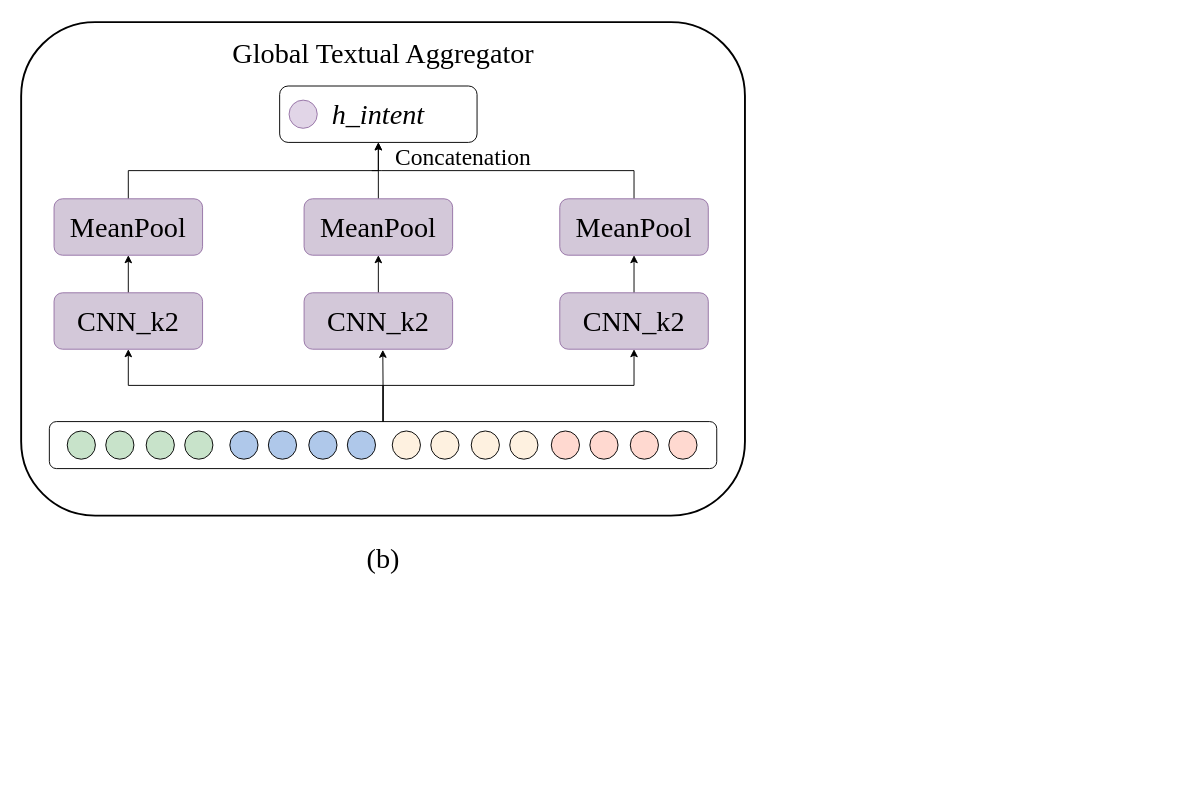
Earlier version of the draw.io diagram chinese_NLU/Global_Textual_Aggregator.drawio (lengyueit/paper_pic). Source tidied: cells renumbered, new cells numbered last; positions are measured from the earlier drawing's top-left corner, leaving out a move shared by most shapes. Both pictures are drawn from the tidied source at 94%, with x=0, y=0 at pixel (21, 22).
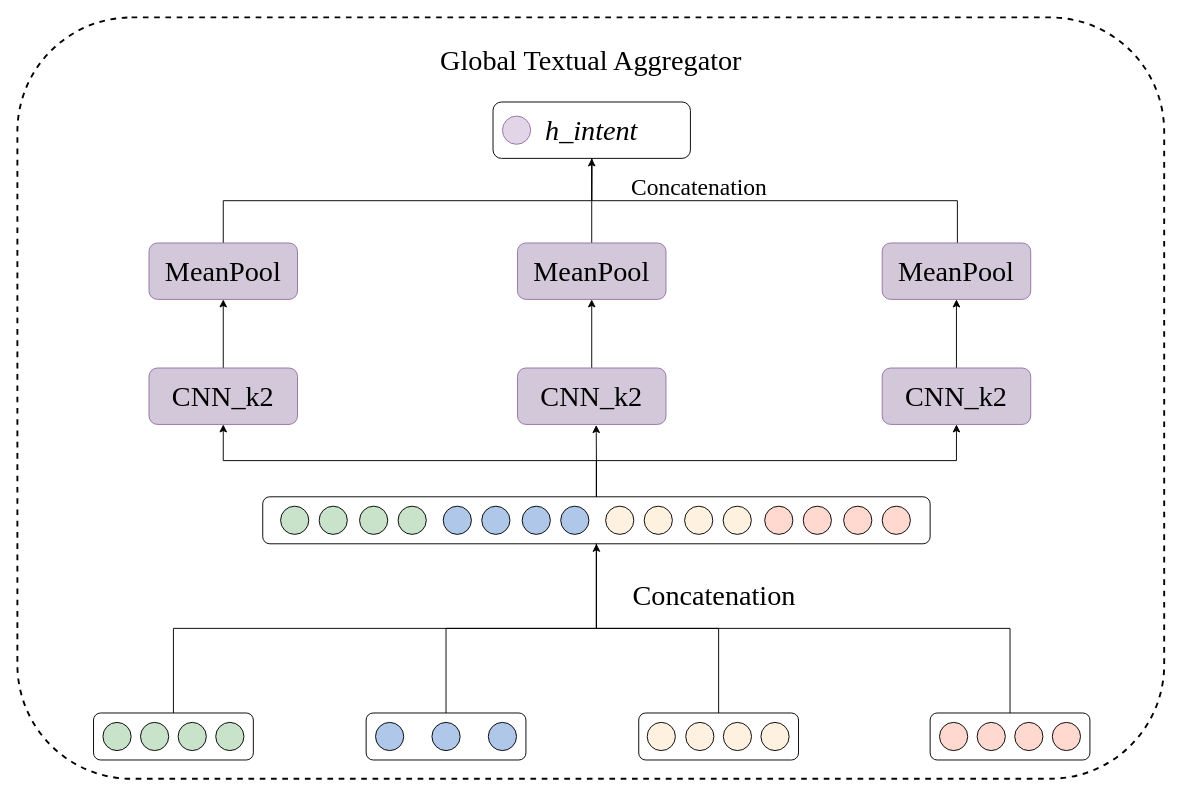
The same page after the edit.

Unchanged cells that the change refers to:
```xml
<mxCell id="4" style="rounded=1;whiteSpace=wrap;html=1;" parent="3" vertex="1">
  <mxGeometry width="710" height="50" as="geometry" />
</mxCell>
```

The edit, as a diff of the source:
```diff
@@
-    <mxCell id="2" style="rounded=1;whiteSpace=wrap;html=1;strokeWidth=2;" parent="1" vertex="1">
-      <mxGeometry width="770" height="525" as="geometry" />
+    <mxCell id="2" style="rounded=1;whiteSpace=wrap;html=1;strokeWidth=2;dashed=1;" parent="1" vertex="1">
+      <mxGeometry x="-4" y="-5" width="1220" height="810" as="geometry" />
     </mxCell>
     <mxCell id="3" style="group;" parent="1" vertex="1">
-      <mxGeometry x="30" y="425" width="710" height="50" as="geometry" />
+      <mxGeometry x="257" y="505" width="710" height="50" as="geometry" />
     </mxCell>
@@
     <mxCell id="22" value="&lt;font style=&quot;font-size: 30px;&quot; face=&quot;Times New Roman&quot;&gt;CNN_k2&lt;/font&gt;" style="rounded=1;whiteSpace=wrap;html=1;fillColor=#D3C8D9;strokeColor=#9673a6;" parent="1" vertex="1">
-      <mxGeometry x="35" y="288" width="158" height="60" as="geometry" />
+      <mxGeometry x="136" y="368" width="158" height="60" as="geometry" />
     </mxCell>
@@
     <mxCell id="24" value="&lt;font style=&quot;font-size: 30px;&quot; face=&quot;Times New Roman&quot;&gt;MeanPool&lt;/font&gt;" style="rounded=1;whiteSpace=wrap;html=1;fillColor=#D3C8D9;strokeColor=#9673a6;" parent="1" vertex="1">
-      <mxGeometry x="35" y="188" width="158" height="60" as="geometry" />
+      <mxGeometry x="136" y="235" width="158" height="60" as="geometry" />
     </mxCell>
     <mxCell id="25" value="&lt;font style=&quot;font-size: 30px;&quot; face=&quot;Times New Roman&quot;&gt;Global Textual Aggregator&lt;/font&gt;" style="text;html=1;align=center;verticalAlign=middle;strokeColor=none;fillColor=none;" parent="1" vertex="1">
-      <mxGeometry x="215" y="8" width="340" height="50" as="geometry" />
+      <mxGeometry x="436" y="15" width="340" height="50" as="geometry" />
     </mxCell>
-    <mxCell id="26" value="&lt;font face=&quot;Times New Roman&quot;&gt;&lt;span style=&quot;font-size: 30px;&quot;&gt;(b)&lt;/span&gt;&lt;/font&gt;" style="text;html=1;align=center;verticalAlign=middle;strokeColor=none;fillColor=none;" parent="1" vertex="1">
-      <mxGeometry x="355" y="545" width="60" height="50" as="geometry" />
-    </mxCell>
     <mxCell id="27" style="group;" parent="1" vertex="1">
-      <mxGeometry x="275" y="68" width="210" height="60" as="geometry" />
+      <mxGeometry x="502" y="85" width="210" height="60" as="geometry" />
     </mxCell>
@@
     <mxCell id="31" value="&lt;font style=&quot;font-size: 30px;&quot; face=&quot;Times New Roman&quot;&gt;CNN_k2&lt;/font&gt;" style="rounded=1;whiteSpace=wrap;html=1;fillColor=#D3C8D9;strokeColor=#9673a6;" parent="1" vertex="1">
-      <mxGeometry x="301" y="288" width="158" height="60" as="geometry" />
+      <mxGeometry x="528" y="368" width="158" height="60" as="geometry" />
     </mxCell>
@@
     <mxCell id="33" value="&lt;font style=&quot;font-size: 30px;&quot; face=&quot;Times New Roman&quot;&gt;CNN_k2&lt;/font&gt;" style="rounded=1;whiteSpace=wrap;html=1;fillColor=#D3C8D9;strokeColor=#9673a6;" parent="1" vertex="1">
-      <mxGeometry x="573" y="288" width="158" height="60" as="geometry" />
+      <mxGeometry x="916" y="368" width="158" height="60" as="geometry" />
     </mxCell>
-    <mxCell id="34" style="edgeStyle=orthogonalEdgeStyle;rounded=0;jettySize=auto;html=1;exitX=0.5;exitY=0;exitDx=0;exitDy=0;" parent="1" edge="1" source="35">
-      <mxGeometry relative="1" as="geometry">
-        <mxPoint x="380" y="128" as="targetPoint" />
-      </mxGeometry>
-    </mxCell>
+    <mxCell id="42" style="edgeStyle=orthogonalEdgeStyle;rounded=0;jettySize=auto;html=1;exitX=0.5;exitY=0;exitDx=0;exitDy=0;endArrow=none;endFill=0;" parent="1" edge="1" source="35">
+      <mxGeometry relative="1" as="geometry">
+        <mxPoint x="607.2" y="145" as="targetPoint" />
+      </mxGeometry>
+    </mxCell>
     <mxCell id="35" value="&lt;font style=&quot;font-size: 30px;&quot; face=&quot;Times New Roman&quot;&gt;MeanPool&lt;/font&gt;" style="rounded=1;whiteSpace=wrap;html=1;fillColor=#D3C8D9;strokeColor=#9673a6;" parent="1" vertex="1">
-      <mxGeometry x="301" y="188" width="158" height="60" as="geometry" />
+      <mxGeometry x="528" y="235" width="158" height="60" as="geometry" />
     </mxCell>
-    <mxCell id="36" style="edgeStyle=orthogonalEdgeStyle;rounded=0;jettySize=auto;html=1;exitX=0.5;exitY=0;exitDx=0;exitDy=0;endArrow=none;endFill=0;" parent="1" edge="1" source="37">
-      <mxGeometry relative="1" as="geometry">
-        <mxPoint x="373" y="158" as="targetPoint" />
-        <Array as="points">
-          <mxPoint x="652" y="158" />
-          <mxPoint x="383" y="158" />
-        </Array>
-      </mxGeometry>
-    </mxCell>
+    <mxCell id="43" style="edgeStyle=orthogonalEdgeStyle;rounded=0;orthogonalLoop=1;jettySize=auto;html=1;exitX=0.5;exitY=0;exitDx=0;exitDy=0;endArrow=none;endFill=0;" parent="1" edge="1">
+      <mxGeometry relative="1" as="geometry">
+        <mxPoint x="996" y="235" as="sourcePoint" />
+        <mxPoint x="607" y="145" as="targetPoint" />
+        <Array as="points">
+          <mxPoint x="996" y="190" />
+          <mxPoint x="607" y="190" />
+        </Array>
+      </mxGeometry>
+    </mxCell>
     <mxCell id="37" value="&lt;font style=&quot;font-size: 30px;&quot; face=&quot;Times New Roman&quot;&gt;MeanPool&lt;/font&gt;" style="rounded=1;whiteSpace=wrap;html=1;fillColor=#D3C8D9;strokeColor=#9673a6;" parent="1" vertex="1">
-      <mxGeometry x="573" y="188" width="158" height="60" as="geometry" />
+      <mxGeometry x="916" y="235" width="158" height="60" as="geometry" />
     </mxCell>
@@
     <mxCell id="41" value="&lt;span style=&quot;background-color: initial;&quot;&gt;&lt;font face=&quot;Times New Roman&quot; style=&quot;font-size: 25px;&quot;&gt;Concatenation&lt;/font&gt;&lt;/span&gt;" style="text;html=1;align=center;verticalAlign=middle;strokeColor=none;fillColor=none;" parent="1" vertex="1">
-      <mxGeometry x="385" y="124" width="170" height="40" as="geometry" />
+      <mxGeometry x="636" y="155" width="170" height="40" as="geometry" />
     </mxCell>
+    <mxCell id="44" style="edgeStyle=orthogonalEdgeStyle;rounded=0;jettySize=auto;html=1;exitX=0.5;exitY=0;exitDx=0;exitDy=0;entryX=0.5;entryY=1;entryDx=0;entryDy=0;endArrow=none;endFill=0;" parent="1" edge="1" source="45" target="4">
+      <mxGeometry relative="1" as="geometry" />
+    </mxCell>
+    <mxCell id="45" style="rounded=1;whiteSpace=wrap;html=1;" parent="1" vertex="1">
+      <mxGeometry x="77" y="735" width="170" height="50" as="geometry" />
+    </mxCell>
+    <mxCell id="46" style="ellipse;whiteSpace=wrap;html=1;fillColor=#c8e3ca;" parent="1" vertex="1">
+      <mxGeometry x="87" y="745" width="30" height="30" as="geometry" />
+    </mxCell>
+    <mxCell id="47" style="ellipse;whiteSpace=wrap;html=1;fillColor=#c8e3ca;" parent="1" vertex="1">
+      <mxGeometry x="127" y="745" width="30" height="30" as="geometry" />
+    </mxCell>
+    <mxCell id="48" style="ellipse;whiteSpace=wrap;html=1;fillColor=#c8e3ca;" parent="1" vertex="1">
+      <mxGeometry x="207" y="745" width="30" height="30" as="geometry" />
+    </mxCell>
+    <mxCell id="49" style="ellipse;whiteSpace=wrap;html=1;fillColor=#c8e3ca;" parent="1" vertex="1">
+      <mxGeometry x="167" y="745" width="30" height="30" as="geometry" />
+    </mxCell>
+    <mxCell id="50" style="edgeStyle=orthogonalEdgeStyle;rounded=0;jettySize=auto;html=1;exitX=0.5;exitY=0;exitDx=0;exitDy=0;entryX=0.5;entryY=1;entryDx=0;entryDy=0;" parent="1" edge="1" source="51" target="4">
+      <mxGeometry relative="1" as="geometry" />
+    </mxCell>
+    <mxCell id="51" style="rounded=1;whiteSpace=wrap;html=1;" parent="1" vertex="1">
+      <mxGeometry x="367" y="735" width="170" height="50" as="geometry" />
+    </mxCell>
+    <mxCell id="52" style="ellipse;whiteSpace=wrap;html=1;fillColor=#afc8ea;" parent="1" vertex="1">
+      <mxGeometry x="377" y="745" width="30" height="30" as="geometry" />
+    </mxCell>
+    <mxCell id="53" style="ellipse;whiteSpace=wrap;html=1;fillColor=#afc8ea;" parent="1" vertex="1">
+      <mxGeometry x="437" y="745" width="30" height="30" as="geometry" />
+    </mxCell>
+    <mxCell id="54" style="ellipse;whiteSpace=wrap;html=1;fillColor=#afc8ea;" parent="1" vertex="1">
+      <mxGeometry x="497" y="745" width="30" height="30" as="geometry" />
+    </mxCell>
+    <mxCell id="55" style="edgeStyle=orthogonalEdgeStyle;rounded=0;jettySize=auto;html=1;exitX=0.5;exitY=0;exitDx=0;exitDy=0;entryX=0.5;entryY=1;entryDx=0;entryDy=0;endArrow=none;endFill=0;" parent="1" edge="1" source="56" target="4">
+      <mxGeometry relative="1" as="geometry" />
+    </mxCell>
+    <mxCell id="56" style="rounded=1;whiteSpace=wrap;html=1;" parent="1" vertex="1">
+      <mxGeometry x="657" y="735" width="170" height="50" as="geometry" />
+    </mxCell>
+    <mxCell id="57" style="ellipse;whiteSpace=wrap;html=1;fillColor=#fef1e0;" parent="1" vertex="1">
+      <mxGeometry x="666" y="745" width="30" height="30" as="geometry" />
+    </mxCell>
+    <mxCell id="58" style="ellipse;whiteSpace=wrap;html=1;fillColor=#fef1e0;" parent="1" vertex="1">
+      <mxGeometry x="707" y="745" width="30" height="30" as="geometry" />
+    </mxCell>
+    <mxCell id="59" style="ellipse;whiteSpace=wrap;html=1;fillColor=#fef1e0;" parent="1" vertex="1">
+      <mxGeometry x="787" y="745" width="30" height="30" as="geometry" />
+    </mxCell>
+    <mxCell id="60" style="ellipse;whiteSpace=wrap;html=1;fillColor=#fef1e0;" parent="1" vertex="1">
+      <mxGeometry x="747" y="745" width="30" height="30" as="geometry" />
+    </mxCell>
+    <mxCell id="61" style="edgeStyle=orthogonalEdgeStyle;rounded=0;jettySize=auto;html=1;exitX=0.5;exitY=0;exitDx=0;exitDy=0;entryX=0.5;entryY=1;entryDx=0;entryDy=0;endArrow=none;endFill=0;" parent="1" edge="1" source="62" target="4">
+      <mxGeometry relative="1" as="geometry" />
+    </mxCell>
+    <mxCell id="62" style="rounded=1;whiteSpace=wrap;html=1;" parent="1" vertex="1">
+      <mxGeometry x="967" y="735" width="170" height="50" as="geometry" />
+    </mxCell>
+    <mxCell id="63" style="ellipse;whiteSpace=wrap;html=1;fillColor=#ffd9d0;" parent="1" vertex="1">
+      <mxGeometry x="977" y="745" width="30" height="30" as="geometry" />
+    </mxCell>
+    <mxCell id="64" style="ellipse;whiteSpace=wrap;html=1;fillColor=#ffd9d0;" parent="1" vertex="1">
+      <mxGeometry x="1017" y="745" width="30" height="30" as="geometry" />
+    </mxCell>
+    <mxCell id="65" style="ellipse;whiteSpace=wrap;html=1;fillColor=#ffd9d0;" parent="1" vertex="1">
+      <mxGeometry x="1097" y="745" width="30" height="30" as="geometry" />
+    </mxCell>
+    <mxCell id="66" style="ellipse;whiteSpace=wrap;html=1;fillColor=#ffd9d0;" parent="1" vertex="1">
+      <mxGeometry x="1057" y="745" width="30" height="30" as="geometry" />
+    </mxCell>
+    <mxCell id="67" value="&lt;span style=&quot;background-color: initial;&quot;&gt;&lt;font face=&quot;Times New Roman&quot; style=&quot;font-size: 30px;&quot;&gt;Concatenation&lt;/font&gt;&lt;/span&gt;" style="text;html=1;align=center;verticalAlign=middle;strokeColor=none;fillColor=none;" parent="1" vertex="1">
+      <mxGeometry x="637" y="585" width="200" height="50" as="geometry" />
+    </mxCell>
```
